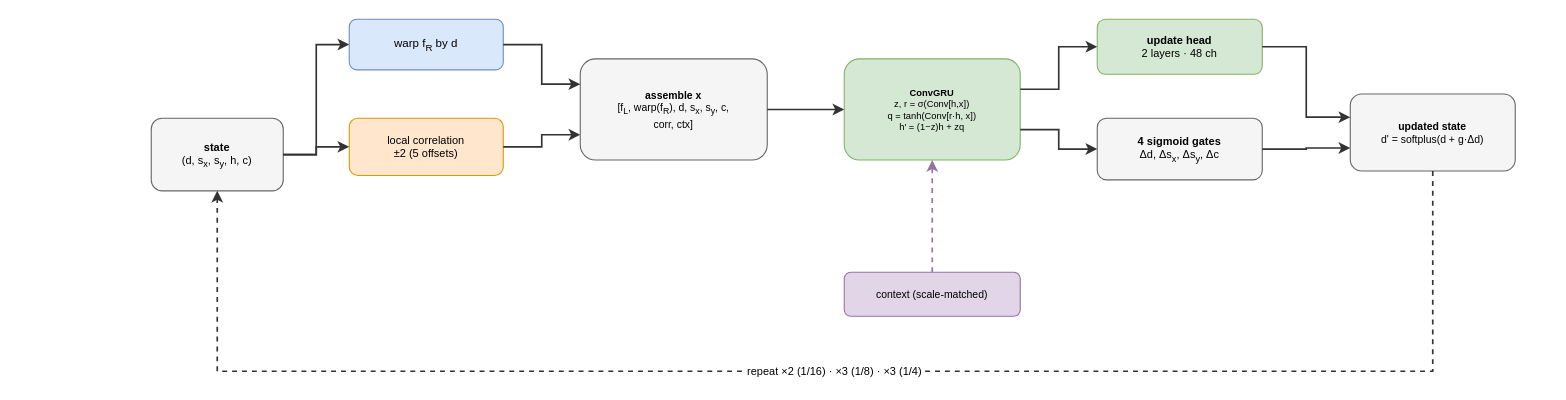
The draw.io diagram thesis/book/figures/fig_3_4_refinement.drawio in abrar-nazib/StereoLite, before the edit. Source tidied: cells renumbered, new cells numbered last; positions are measured from the earlier drawing's top-left corner, leaving out a move shared by most shapes. Both pictures are drawn from the tidied source at 110%, with x=0, y=0 at pixel (151, 19).
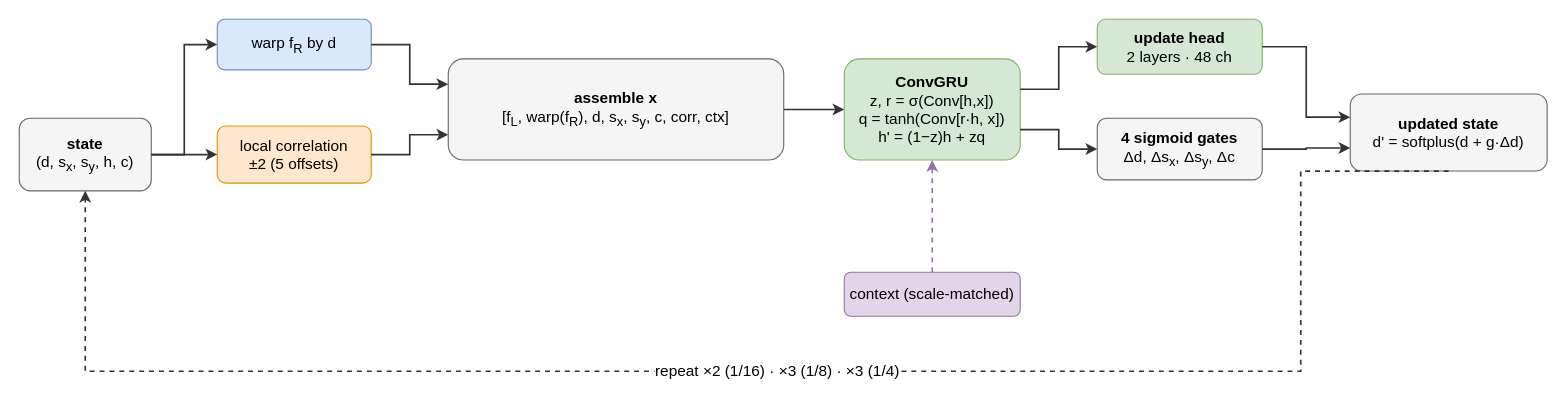
The same diagram, later.

Change to the diagram source:
```diff
@@
-    <mxCell id="2" value="&lt;b&gt;state&lt;/b&gt;&lt;br&gt;(d, s&lt;sub&gt;x&lt;/sub&gt;, s&lt;sub&gt;y&lt;/sub&gt;, h, c)" style="rounded=1;whiteSpace=wrap;html=1;fillColor=#f5f5f5;strokeColor=#666666;fontSize=10;align=center;" parent="1" vertex="1">
-      <mxGeometry y="90" width="120" height="66" as="geometry" />
+    <mxCell id="2" value="&lt;b&gt;state&lt;/b&gt;&lt;br&gt;(d, s&lt;sub&gt;x&lt;/sub&gt;, s&lt;sub&gt;y&lt;/sub&gt;, h, c)" style="rounded=1;whiteSpace=wrap;html=1;fillColor=#f5f5f5;strokeColor=#666666;fontSize=14;align=center;" parent="1" vertex="1">
+      <mxGeometry x="-120" y="90" width="120" height="66" as="geometry" />
     </mxCell>
-    <mxCell id="3" value="warp f&lt;sub&gt;R&lt;/sub&gt; by d" style="rounded=1;whiteSpace=wrap;html=1;fillColor=#dae8fc;strokeColor=#6c8ebf;fontSize=10.5;align=center;" parent="1" vertex="1">
-      <mxGeometry x="180" width="140" height="46" as="geometry" />
+    <mxCell id="3" value="warp f&lt;sub&gt;R&lt;/sub&gt; by d" style="rounded=1;whiteSpace=wrap;html=1;fillColor=#dae8fc;strokeColor=#6c8ebf;fontSize=14;align=center;" parent="1" vertex="1">
+      <mxGeometry x="60" width="140" height="46" as="geometry" />
     </mxCell>
-    <mxCell id="4" value="local correlation&lt;br&gt;±2 (5 offsets)" style="rounded=1;whiteSpace=wrap;html=1;fillColor=#ffe6cc;strokeColor=#d79b00;fontSize=10;align=center;" parent="1" vertex="1">
-      <mxGeometry x="180" y="90" width="140" height="52" as="geometry" />
+    <mxCell id="4" value="local correlation&lt;br&gt;±2 (5 offsets)" style="rounded=1;whiteSpace=wrap;html=1;fillColor=#ffe6cc;strokeColor=#d79b00;fontSize=14;align=center;" parent="1" vertex="1">
+      <mxGeometry x="60" y="97" width="140" height="52" as="geometry" />
     </mxCell>
-    <mxCell id="5" value="&lt;b&gt;assemble x&lt;/b&gt;&lt;br&gt;[f&lt;sub&gt;L&lt;/sub&gt;, warp(f&lt;sub&gt;R&lt;/sub&gt;), d, s&lt;sub&gt;x&lt;/sub&gt;, s&lt;sub&gt;y&lt;/sub&gt;, c,&lt;br&gt;corr, ctx]" style="rounded=1;whiteSpace=wrap;html=1;fillColor=#f5f5f5;strokeColor=#666666;fontSize=9.5;align=center;" parent="1" vertex="1">
-      <mxGeometry x="390" y="36" width="170" height="92" as="geometry" />
+    <mxCell id="5" value="&lt;b&gt;assemble x&lt;/b&gt;&lt;br&gt;[f&lt;sub&gt;L&lt;/sub&gt;, warp(f&lt;sub&gt;R&lt;/sub&gt;), d, s&lt;sub&gt;x&lt;/sub&gt;, s&lt;sub&gt;y&lt;/sub&gt;, c, corr, ctx]" style="rounded=1;whiteSpace=wrap;html=1;fillColor=#f5f5f5;strokeColor=#666666;fontSize=14;align=center;" parent="1" vertex="1">
+      <mxGeometry x="270" y="36" width="305" height="92" as="geometry" />
     </mxCell>
-    <mxCell id="6" value="&lt;b&gt;ConvGRU&lt;/b&gt;&lt;br&gt;z, r = σ(Conv[h,x])&lt;br&gt;q = tanh(Conv[r·h, x])&lt;br&gt;h' = (1−z)h + zq" style="rounded=1;whiteSpace=wrap;html=1;fillColor=#d5e8d4;strokeColor=#82b366;fontSize=8.5;align=center;" parent="1" vertex="1">
+    <mxCell id="6" value="&lt;b&gt;ConvGRU&lt;/b&gt;&lt;br&gt;z, r = σ(Conv[h,x])&lt;br&gt;q = tanh(Conv[r·h, x])&lt;br&gt;h' = (1−z)h + zq" style="rounded=1;whiteSpace=wrap;html=1;fillColor=#d5e8d4;strokeColor=#82b366;fontSize=14;align=center;" parent="1" vertex="1">
       <mxGeometry x="630" y="36" width="160" height="92" as="geometry" />
     </mxCell>
-    <mxCell id="7" value="&lt;b&gt;update head&lt;/b&gt;&lt;br&gt;2 layers · 48 ch" style="rounded=1;whiteSpace=wrap;html=1;fillColor=#d5e8d4;strokeColor=#82b366;fontSize=10;align=center;" parent="1" vertex="1">
+    <mxCell id="7" value="&lt;b&gt;update head&lt;/b&gt;&lt;br&gt;2 layers · 48 ch" style="rounded=1;whiteSpace=wrap;html=1;fillColor=#d5e8d4;strokeColor=#82b366;fontSize=14;align=center;" parent="1" vertex="1">
       <mxGeometry x="860" width="150" height="50" as="geometry" />
     </mxCell>
-    <mxCell id="8" value="&lt;b&gt;4 sigmoid gates&lt;/b&gt;&lt;br&gt;Δd, Δs&lt;sub&gt;x&lt;/sub&gt;, Δs&lt;sub&gt;y&lt;/sub&gt;, Δc" style="rounded=1;whiteSpace=wrap;html=1;fillColor=#f5f5f5;strokeColor=#666666;fontSize=10;align=center;" parent="1" vertex="1">
+    <mxCell id="8" value="&lt;b&gt;4 sigmoid gates&lt;/b&gt;&lt;br&gt;Δd, Δs&lt;sub&gt;x&lt;/sub&gt;, Δs&lt;sub&gt;y&lt;/sub&gt;, Δc" style="rounded=1;whiteSpace=wrap;html=1;fillColor=#f5f5f5;strokeColor=#666666;fontSize=14;align=center;" parent="1" vertex="1">
       <mxGeometry x="860" y="90" width="150" height="56" as="geometry" />
     </mxCell>
-    <mxCell id="9" value="&lt;b&gt;updated state&lt;/b&gt;&lt;br&gt;d' = softplus(d + g·Δd)" style="rounded=1;whiteSpace=wrap;html=1;fillColor=#f5f5f5;strokeColor=#666666;fontSize=9.5;align=center;" parent="1" vertex="1">
-      <mxGeometry x="1090" y="68" width="150" height="70" as="geometry" />
+    <mxCell id="9" value="&lt;b&gt;updated state&lt;/b&gt;&lt;br&gt;d' = softplus(d + g·Δd)" style="rounded=1;whiteSpace=wrap;html=1;fillColor=#f5f5f5;strokeColor=#666666;fontSize=14;align=center;" parent="1" vertex="1">
+      <mxGeometry x="1090" y="68" width="179" height="70" as="geometry" />
     </mxCell>
-    <mxCell id="10" style="edgeStyle=orthogonalEdgeStyle;rounded=0;html=1;jettySize=auto;strokeColor=#333333;strokeWidth=1.5;fontSize=10;exitX=1;exitY=0.5;exitDx=0;exitDy=0;entryX=0;entryY=0.5;entryDx=0;entryDy=0;" parent="1" edge="1" source="2" target="3">
+    <mxCell id="10" style="edgeStyle=orthogonalEdgeStyle;rounded=0;html=1;jettySize=auto;strokeColor=#333333;strokeWidth=1.5;fontSize=14;exitX=1;exitY=0.5;exitDx=0;exitDy=0;entryX=0;entryY=0.5;entryDx=0;entryDy=0;" parent="1" edge="1" source="2" target="3">
       <mxGeometry relative="1" as="geometry">
         <Array as="points">
-          <mxPoint x="150" y="123" />
-          <mxPoint x="150" y="23" />
+          <mxPoint x="30" y="123" />
+          <mxPoint x="30" y="23" />
         </Array>
       </mxGeometry>
     </mxCell>
-    <mxCell id="11" style="edgeStyle=orthogonalEdgeStyle;rounded=0;html=1;jettySize=auto;strokeColor=#333333;strokeWidth=1.5;fontSize=10;exitX=1;exitY=0.5;exitDx=0;exitDy=0;entryX=0;entryY=0.5;entryDx=0;entryDy=0;" parent="1" edge="1" source="2" target="4">
+    <mxCell id="11" style="edgeStyle=orthogonalEdgeStyle;rounded=0;html=1;jettySize=auto;strokeColor=#333333;strokeWidth=1.5;fontSize=14;exitX=1;exitY=0.5;exitDx=0;exitDy=0;entryX=0;entryY=0.5;entryDx=0;entryDy=0;" parent="1" edge="1" source="2" target="4">
       <mxGeometry relative="1" as="geometry" />
     </mxCell>
-    <mxCell id="12" style="edgeStyle=orthogonalEdgeStyle;rounded=0;html=1;jettySize=auto;strokeColor=#333333;strokeWidth=1.5;fontSize=10;exitX=1;exitY=0.5;exitDx=0;exitDy=0;entryX=0;entryY=0.25;entryDx=0;entryDy=0;" parent="1" edge="1" source="3" target="5">
+    <mxCell id="12" style="edgeStyle=orthogonalEdgeStyle;rounded=0;html=1;jettySize=auto;strokeColor=#333333;strokeWidth=1.5;fontSize=14;exitX=1;exitY=0.5;exitDx=0;exitDy=0;entryX=0;entryY=0.25;entryDx=0;entryDy=0;" parent="1" edge="1" source="3" target="5">
       <mxGeometry relative="1" as="geometry" />
     </mxCell>
-    <mxCell id="13" style="edgeStyle=orthogonalEdgeStyle;rounded=0;html=1;jettySize=auto;strokeColor=#333333;strokeWidth=1.5;fontSize=10;exitX=1;exitY=0.5;exitDx=0;exitDy=0;entryX=0;entryY=0.75;entryDx=0;entryDy=0;" parent="1" edge="1" source="4" target="5">
+    <mxCell id="13" style="edgeStyle=orthogonalEdgeStyle;rounded=0;html=1;jettySize=auto;strokeColor=#333333;strokeWidth=1.5;fontSize=14;exitX=1;exitY=0.5;exitDx=0;exitDy=0;entryX=0;entryY=0.75;entryDx=0;entryDy=0;" parent="1" edge="1" source="4" target="5">
       <mxGeometry relative="1" as="geometry" />
     </mxCell>
-    <mxCell id="14" style="edgeStyle=orthogonalEdgeStyle;rounded=0;html=1;jettySize=auto;strokeColor=#333333;strokeWidth=1.5;fontSize=10;exitX=1;exitY=0.5;exitDx=0;exitDy=0;entryX=0;entryY=0.5;entryDx=0;entryDy=0;" parent="1" edge="1" source="5" target="6">
+    <mxCell id="14" style="edgeStyle=orthogonalEdgeStyle;rounded=0;html=1;jettySize=auto;strokeColor=#333333;strokeWidth=1.5;fontSize=14;exitX=1;exitY=0.5;exitDx=0;exitDy=0;entryX=0;entryY=0.5;entryDx=0;entryDy=0;" parent="1" edge="1" source="5" target="6">
       <mxGeometry relative="1" as="geometry" />
     </mxCell>
-    <mxCell id="15" style="edgeStyle=orthogonalEdgeStyle;rounded=0;html=1;jettySize=auto;strokeColor=#333333;strokeWidth=1.5;fontSize=10;exitX=1;exitY=0.3;exitDx=0;exitDy=0;entryX=0;entryY=0.5;entryDx=0;entryDy=0;" parent="1" edge="1" source="6" target="7">
+    <mxCell id="15" style="edgeStyle=orthogonalEdgeStyle;rounded=0;html=1;jettySize=auto;strokeColor=#333333;strokeWidth=1.5;fontSize=14;exitX=1;exitY=0.3;exitDx=0;exitDy=0;entryX=0;entryY=0.5;entryDx=0;entryDy=0;" parent="1" edge="1" source="6" target="7">
       <mxGeometry relative="1" as="geometry" />
     </mxCell>
-    <mxCell id="16" style="edgeStyle=orthogonalEdgeStyle;rounded=0;html=1;jettySize=auto;strokeColor=#333333;strokeWidth=1.5;fontSize=10;exitX=1;exitY=0.7;exitDx=0;exitDy=0;entryX=0;entryY=0.5;entryDx=0;entryDy=0;" parent="1" edge="1" source="6" target="8">
+    <mxCell id="16" style="edgeStyle=orthogonalEdgeStyle;rounded=0;html=1;jettySize=auto;strokeColor=#333333;strokeWidth=1.5;fontSize=14;exitX=1;exitY=0.7;exitDx=0;exitDy=0;entryX=0;entryY=0.5;entryDx=0;entryDy=0;" parent="1" edge="1" source="6" target="8">
       <mxGeometry relative="1" as="geometry" />
     </mxCell>
-    <mxCell id="17" style="edgeStyle=orthogonalEdgeStyle;rounded=0;html=1;jettySize=auto;strokeColor=#333333;strokeWidth=1.5;fontSize=10;exitX=1;exitY=0.5;exitDx=0;exitDy=0;entryX=0;entryY=0.3;entryDx=0;entryDy=0;" parent="1" edge="1" source="7" target="9">
+    <mxCell id="17" style="edgeStyle=orthogonalEdgeStyle;rounded=0;html=1;jettySize=auto;strokeColor=#333333;strokeWidth=1.5;fontSize=14;exitX=1;exitY=0.5;exitDx=0;exitDy=0;entryX=0;entryY=0.3;entryDx=0;entryDy=0;" parent="1" edge="1" source="7" target="9">
       <mxGeometry relative="1" as="geometry" />
     </mxCell>
-    <mxCell id="18" style="edgeStyle=orthogonalEdgeStyle;rounded=0;html=1;jettySize=auto;strokeColor=#333333;strokeWidth=1.5;fontSize=10;exitX=1;exitY=0.5;exitDx=0;exitDy=0;entryX=0;entryY=0.7;entryDx=0;entryDy=0;" parent="1" edge="1" source="8" target="9">
+    <mxCell id="18" style="edgeStyle=orthogonalEdgeStyle;rounded=0;html=1;jettySize=auto;strokeColor=#333333;strokeWidth=1.5;fontSize=14;exitX=1;exitY=0.5;exitDx=0;exitDy=0;entryX=0;entryY=0.7;entryDx=0;entryDy=0;" parent="1" edge="1" source="8" target="9">
       <mxGeometry relative="1" as="geometry" />
     </mxCell>
-    <mxCell id="19" value="context (scale-matched)" style="rounded=1;whiteSpace=wrap;html=1;fillColor=#e1d5e7;strokeColor=#9673a6;fontSize=9.5;align=center;" parent="1" vertex="1">
+    <mxCell id="19" value="context (scale-matched)" style="rounded=1;whiteSpace=wrap;html=1;fillColor=#e1d5e7;strokeColor=#9673a6;fontSize=14;align=center;" parent="1" vertex="1">
       <mxGeometry x="630" y="230" width="160" height="40" as="geometry" />
     </mxCell>
-    <mxCell id="20" style="edgeStyle=orthogonalEdgeStyle;rounded=0;html=1;jettySize=auto;strokeColor=#9673a6;strokeWidth=1.5;fontSize=10;dashed=1;exitX=0.5;exitY=0;exitDx=0;exitDy=0;entryX=0.5;entryY=1;entryDx=0;entryDy=0;" parent="1" edge="1" source="19" target="6">
+    <mxCell id="20" style="edgeStyle=orthogonalEdgeStyle;rounded=0;html=1;jettySize=auto;strokeColor=#9673a6;strokeWidth=1.5;fontSize=14;dashed=1;exitX=0.5;exitY=0;exitDx=0;exitDy=0;entryX=0.5;entryY=1;entryDx=0;entryDy=0;" parent="1" edge="1" source="19" target="6">
       <mxGeometry relative="1" as="geometry" />
     </mxCell>
-    <mxCell id="21" value="repeat ×2 (1/16) · ×3 (1/8) · ×3 (1/4)" style="edgeStyle=orthogonalEdgeStyle;rounded=0;html=1;jettySize=auto;strokeColor=#333333;strokeWidth=1.5;fontSize=10;dashed=1;exitX=0.5;exitY=1;exitDx=0;exitDy=0;entryX=0.5;entryY=1;entryDx=0;entryDy=0;" parent="1" edge="1" source="9" target="2">
+    <mxCell id="21" value="repeat ×2 (1/16) · ×3 (1/8) · ×3 (1/4)" style="edgeStyle=orthogonalEdgeStyle;rounded=0;html=1;jettySize=auto;strokeColor=#333333;strokeWidth=1.5;fontSize=14;dashed=1;exitX=0.5;exitY=1;exitDx=0;exitDy=0;entryX=0.5;entryY=1;entryDx=0;entryDy=0;" parent="1" edge="1" source="9" target="2">
       <mxGeometry relative="1" as="geometry">
         <Array as="points">
-          <mxPoint x="1165" y="320" />
-          <mxPoint x="60" y="320" />
+          <mxPoint x="1045" y="320" />
+          <mxPoint x="-60" y="320" />
         </Array>
       </mxGeometry>
     </mxCell>
```
